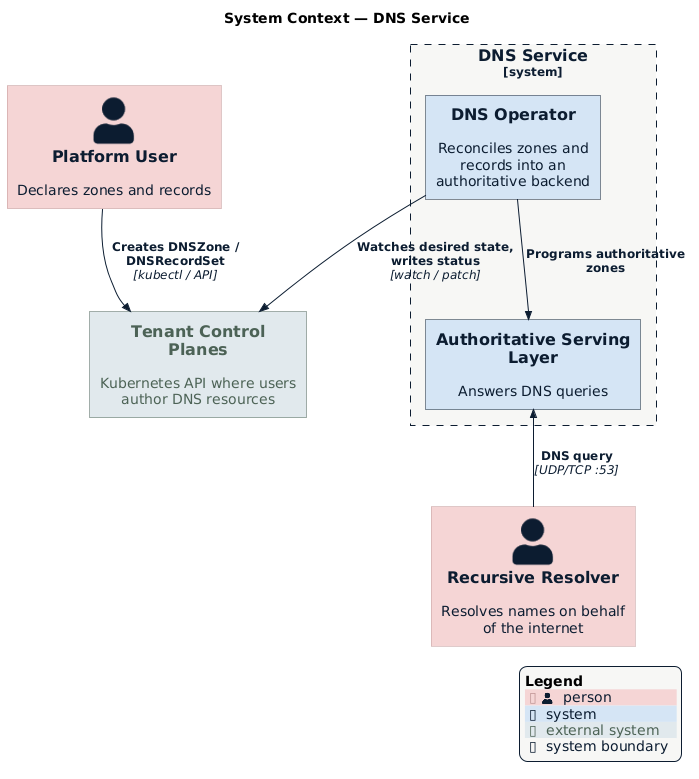
Before: docs/architecture/diagrams/system-context.png, a diagram exported from PlantUML (datum-cloud/dns-operator).
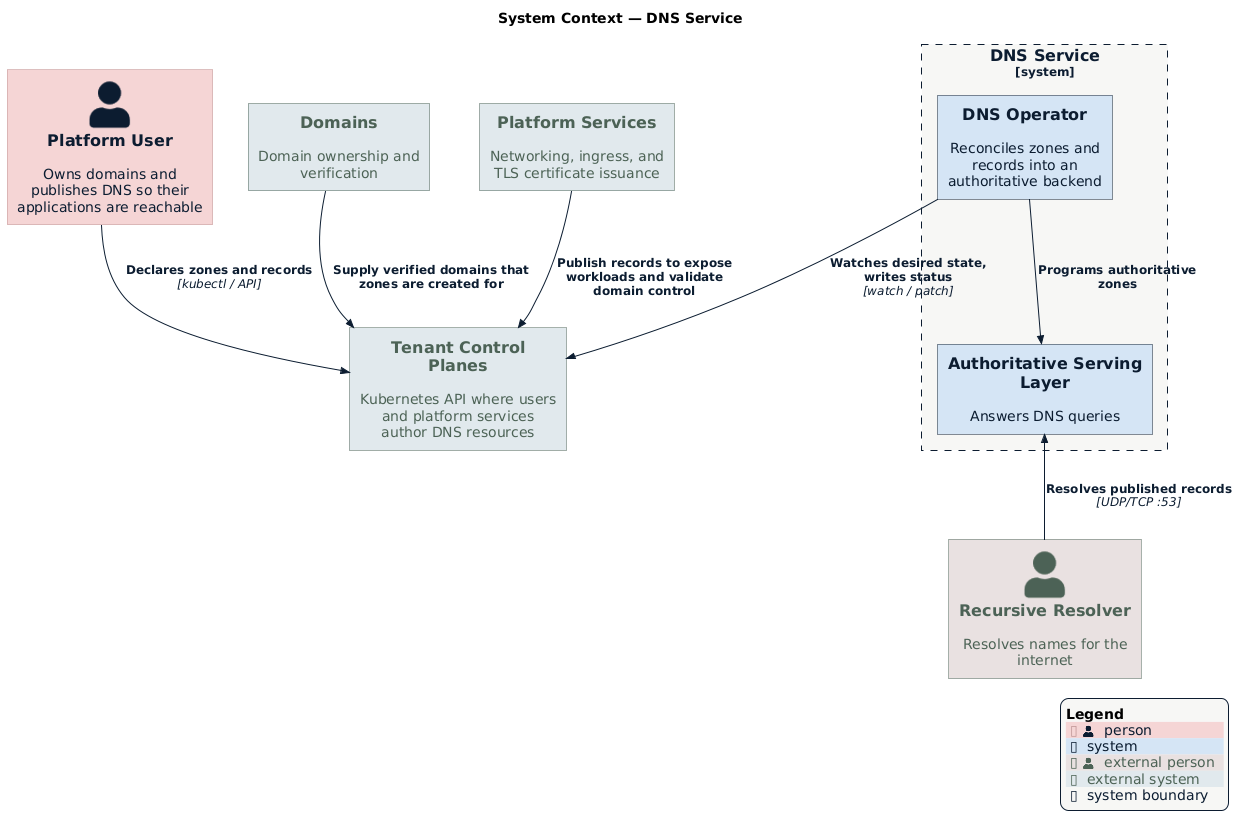
Above is the later version.

Commit message:
docs: Show platform context in the DNS system-context diagram

The system-context diagram showed only direct actors, not why DNS
exists in the platform. Add the surrounding platform systems it serves:
the Domains capability that verifies domain ownership, and platform
services (networking, ingress, TLS issuance) that publish records to
expose workloads and validate domain control. Reword the overview's
System Context prose to explain that motivation.

The edit, as a diff of the source:
```diff
@@ -5,20 +5,24 @@
 
 title System Context — DNS Service
 
-Person(user, "Platform User", "Declares zones and records")
-Person(resolver, "Recursive Resolver", "Resolves names on behalf of the internet")
+Person(user, "Platform User", "Owns domains and publishes DNS so their applications are reachable")
 
 System_Boundary(dns, "DNS Service") {
     System(operator, "DNS Operator", "Reconciles zones and records into an authoritative backend")
     System(serving, "Authoritative Serving Layer", "Answers DNS queries")
 }
 
-System_Ext(cp, "Tenant Control Planes", "Kubernetes API where users author DNS resources")
+System_Ext(domains, "Domains", "Domain ownership and verification")
+System_Ext(services, "Platform Services", "Networking, ingress, and TLS certificate issuance")
+System_Ext(cp, "Tenant Control Planes", "Kubernetes API where users and platform services author DNS resources")
+Person_Ext(resolver, "Recursive Resolver", "Resolves names for the internet")
 
-Rel(user, cp, "Creates DNSZone / DNSRecordSet", "kubectl / API")
+Rel_D(user, cp, "Declares zones and records", "kubectl / API")
+Rel_D(services, cp, "Publish records to expose workloads and validate domain control")
+Rel(domains, cp, "Supply verified domains that zones are created for")
 Rel(operator, cp, "Watches desired state, writes status", "watch / patch")
 Rel(operator, serving, "Programs authoritative zones")
-Rel_U(resolver, serving, "DNS query", "UDP/TCP :53")
+Rel_U(resolver, serving, "Resolves published records", "UDP/TCP :53")
 
 SHOW_LEGEND()
 @enduml
```
